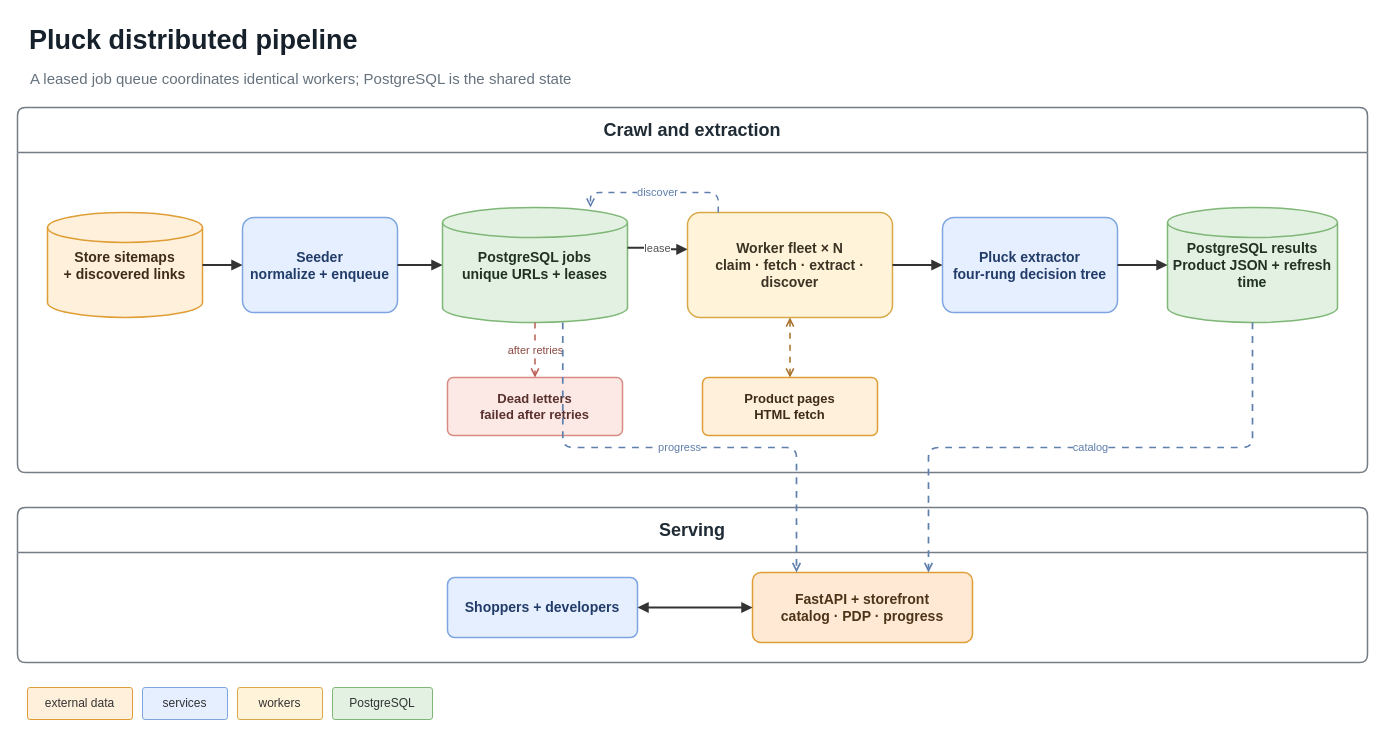
The draw.io diagram docs/distributed-pipeline.drawio in BABTUNA/pluck, before the edit. Source tidied: cells renumbered, new cells numbered last; positions are measured from the earlier drawing's top-left corner, leaving out a move shared by most shapes. Both pictures are drawn from the tidied source at 100%, with x=0, y=0 at pixel (17, 17).
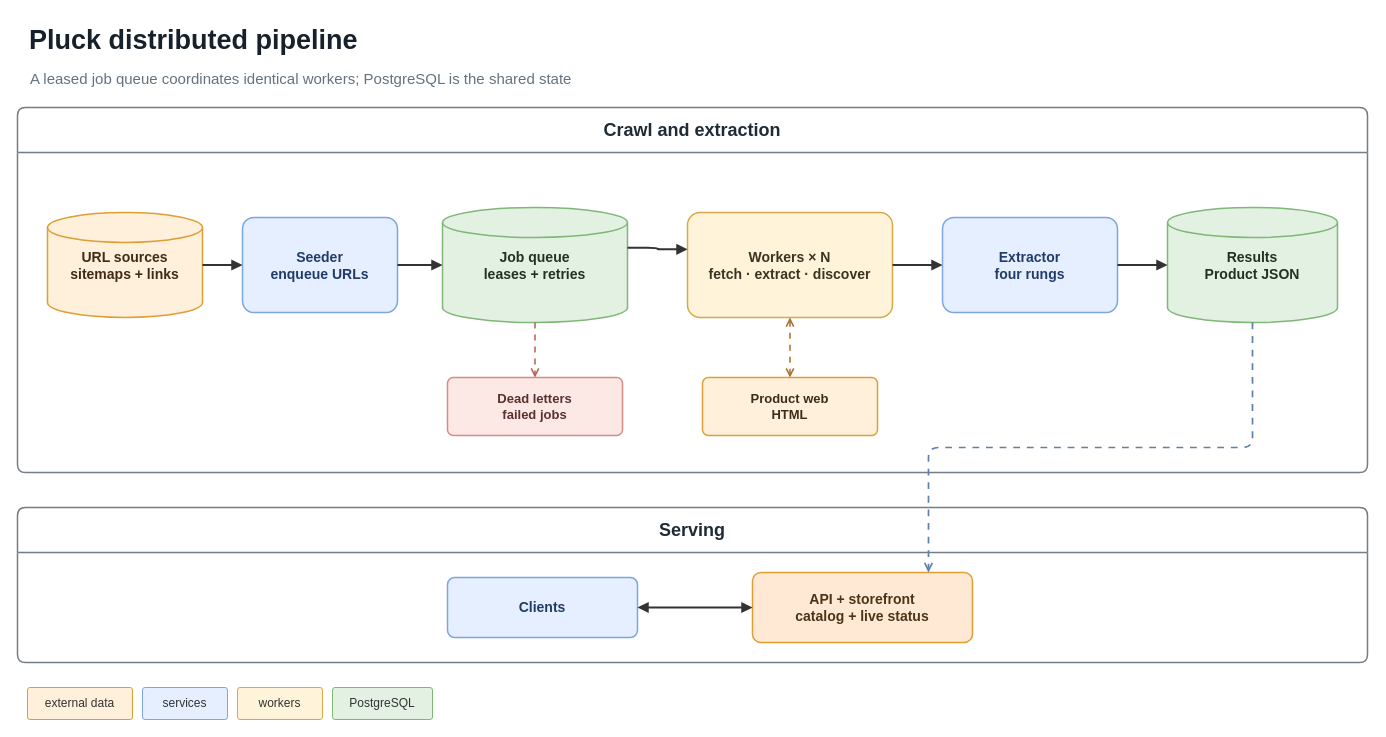
Above is the later version.

Commit message (it also covers changes not shown here):
product images from preload links and state imageurl keys before img tag scraping

The change refers to these unchanged cells:
```xml
<mxCell id="4" value="Crawl and extraction" style="swimlane;startSize=45;horizontal=1;rounded=1;arcSize=6;whiteSpace=wrap;html=1;fillColor=#ffffff;swimlaneFillColor=#ffffff;strokeColor=#747d85;strokeWidth=1.5;fontFamily=Arial;fontSize=18;fontStyle=1;fontColor=#1f2b35;align=center;verticalAlign=middle;" parent="1" vertex="1">
  <mxGeometry y="90" width="1350" height="365" as="geometry" />
</mxCell>
<mxCell id="13" value="Serving" style="swimlane;startSize=45;horizontal=1;rounded=1;arcSize=6;whiteSpace=wrap;html=1;fillColor=#ffffff;swimlaneFillColor=#ffffff;strokeColor=#747d85;strokeWidth=1.5;fontFamily=Arial;fontSize=18;fontStyle=1;fontColor=#1f2b35;align=center;verticalAlign=middle;" parent="1" vertex="1">
  <mxGeometry y="490" width="1350" height="155" as="geometry" />
</mxCell>
```

Diff of the diagram source:
```diff
@@
-    <mxCell id="5" value="Store sitemaps&#10;+ discovered links" style="shape=cylinder3;whiteSpace=wrap;html=1;fillColor=#fff0db;strokeColor=#df9e35;strokeWidth=1.5;fontFamily=Arial;fontSize=14;fontStyle=1;fontColor=#3e2c19;align=center;verticalAlign=middle;" parent="4" vertex="1">
+    <mxCell id="5" value="URL sources&#10;sitemaps + links" style="shape=cylinder3;whiteSpace=wrap;html=1;fillColor=#fff0db;strokeColor=#df9e35;strokeWidth=1.5;fontFamily=Arial;fontSize=14;fontStyle=1;fontColor=#3e2c19;align=center;verticalAlign=middle;" parent="4" vertex="1">
       <mxGeometry x="30" y="105" width="155" height="105" as="geometry" />
     </mxCell>
-    <mxCell id="6" value="Seeder&#10;normalize + enqueue" style="rounded=1;arcSize=12;whiteSpace=wrap;html=1;fillColor=#e6efff;strokeColor=#7da5df;strokeWidth=1.5;fontFamily=Arial;fontSize=14;fontStyle=1;fontColor=#213c68;align=center;verticalAlign=middle;" parent="4" vertex="1">
+    <mxCell id="6" value="Seeder&#10;enqueue URLs" style="rounded=1;arcSize=12;whiteSpace=wrap;html=1;fillColor=#e6efff;strokeColor=#7da5df;strokeWidth=1.5;fontFamily=Arial;fontSize=14;fontStyle=1;fontColor=#213c68;align=center;verticalAlign=middle;" parent="4" vertex="1">
       <mxGeometry x="225" y="110" width="155" height="95" as="geometry" />
     </mxCell>
-    <mxCell id="7" value="PostgreSQL jobs&#10;unique URLs + leases" style="shape=cylinder3;whiteSpace=wrap;html=1;fillColor=#e2f1e2;strokeColor=#7fb777;strokeWidth=1.5;fontFamily=Arial;fontSize=14;fontStyle=1;fontColor=#213122;align=center;verticalAlign=middle;" parent="4" vertex="1">
+    <mxCell id="7" value="Job queue&#10;leases + retries" style="shape=cylinder3;whiteSpace=wrap;html=1;fillColor=#e2f1e2;strokeColor=#7fb777;strokeWidth=1.5;fontFamily=Arial;fontSize=14;fontStyle=1;fontColor=#213122;align=center;verticalAlign=middle;" parent="4" vertex="1">
       <mxGeometry x="425" y="100" width="185" height="115" as="geometry" />
     </mxCell>
-    <mxCell id="8" value="Worker fleet × N&#10;claim · fetch · extract · discover" style="rounded=1;arcSize=12;whiteSpace=wrap;html=1;fillColor=#fff3d9;strokeColor=#d9a948;strokeWidth=1.5;fontFamily=Arial;fontSize=14;fontStyle=1;fontColor=#3b3424;align=center;verticalAlign=middle;" parent="4" vertex="1">
+    <mxCell id="8" value="Workers × N&#10;fetch · extract · discover" style="rounded=1;arcSize=12;whiteSpace=wrap;html=1;fillColor=#fff3d9;strokeColor=#d9a948;strokeWidth=1.5;fontFamily=Arial;fontSize=14;fontStyle=1;fontColor=#3b3424;align=center;verticalAlign=middle;" parent="4" vertex="1">
       <mxGeometry x="670" y="105" width="205" height="105" as="geometry" />
     </mxCell>
-    <mxCell id="9" value="Pluck extractor&#10;four-rung decision tree" style="rounded=1;arcSize=12;whiteSpace=wrap;html=1;fillColor=#e6efff;strokeColor=#7da5df;strokeWidth=1.5;fontFamily=Arial;fontSize=14;fontStyle=1;fontColor=#213c68;align=center;verticalAlign=middle;" parent="4" vertex="1">
+    <mxCell id="9" value="Extractor&#10;four rungs" style="rounded=1;arcSize=12;whiteSpace=wrap;html=1;fillColor=#e6efff;strokeColor=#7da5df;strokeWidth=1.5;fontFamily=Arial;fontSize=14;fontStyle=1;fontColor=#213c68;align=center;verticalAlign=middle;" parent="4" vertex="1">
       <mxGeometry x="925" y="110" width="175" height="95" as="geometry" />
     </mxCell>
-    <mxCell id="10" value="PostgreSQL results&#10;Product JSON + refresh time" style="shape=cylinder3;whiteSpace=wrap;html=1;fillColor=#e2f1e2;strokeColor=#7fb777;strokeWidth=1.5;fontFamily=Arial;fontSize=14;fontStyle=1;fontColor=#213122;align=center;verticalAlign=middle;" parent="4" vertex="1">
+    <mxCell id="10" value="Results&#10;Product JSON" style="shape=cylinder3;whiteSpace=wrap;html=1;fillColor=#e2f1e2;strokeColor=#7fb777;strokeWidth=1.5;fontFamily=Arial;fontSize=14;fontStyle=1;fontColor=#213122;align=center;verticalAlign=middle;" parent="4" vertex="1">
       <mxGeometry x="1150" y="100" width="170" height="115" as="geometry" />
     </mxCell>
-    <mxCell id="11" value="Dead letters&#10;failed after retries" style="rounded=1;arcSize=10;whiteSpace=wrap;html=1;fillColor=#fce9e6;strokeColor=#d78b83;strokeWidth=1.5;fontFamily=Arial;fontSize=13;fontStyle=1;fontColor=#59312d;align=center;verticalAlign=middle;" parent="4" vertex="1">
+    <mxCell id="11" value="Dead letters&#10;failed jobs" style="rounded=1;arcSize=10;whiteSpace=wrap;html=1;fillColor=#fce9e6;strokeColor=#d78b83;strokeWidth=1.5;fontFamily=Arial;fontSize=13;fontStyle=1;fontColor=#59312d;align=center;verticalAlign=middle;" parent="4" vertex="1">
       <mxGeometry x="430" y="270" width="175" height="58" as="geometry" />
     </mxCell>
-    <mxCell id="12" value="Product pages&#10;HTML fetch" style="rounded=1;arcSize=10;whiteSpace=wrap;html=1;fillColor=#fff0db;strokeColor=#df9e35;strokeWidth=1.5;fontFamily=Arial;fontSize=13;fontStyle=1;fontColor=#3e2c19;align=center;verticalAlign=middle;" parent="4" vertex="1">
+    <mxCell id="12" value="Product web&#10;HTML" style="rounded=1;arcSize=10;whiteSpace=wrap;html=1;fillColor=#fff0db;strokeColor=#df9e35;strokeWidth=1.5;fontFamily=Arial;fontSize=13;fontStyle=1;fontColor=#3e2c19;align=center;verticalAlign=middle;" parent="4" vertex="1">
       <mxGeometry x="685" y="270" width="175" height="58" as="geometry" />
     </mxCell>
@@
-    <mxCell id="14" value="Shoppers + developers" style="rounded=1;arcSize=12;whiteSpace=wrap;html=1;fillColor=#e6efff;strokeColor=#7da5df;strokeWidth=1.5;fontFamily=Arial;fontSize=14;fontStyle=1;fontColor=#213c68;align=center;verticalAlign=middle;" parent="13" vertex="1">
+    <mxCell id="14" value="Clients" style="rounded=1;arcSize=12;whiteSpace=wrap;html=1;fillColor=#e6efff;strokeColor=#7da5df;strokeWidth=1.5;fontFamily=Arial;fontSize=14;fontStyle=1;fontColor=#213c68;align=center;verticalAlign=middle;" parent="13" vertex="1">
       <mxGeometry x="430" y="70" width="190" height="60" as="geometry" />
     </mxCell>
-    <mxCell id="15" value="FastAPI + storefront&#10;catalog · PDP · progress" style="rounded=1;arcSize=12;whiteSpace=wrap;html=1;fillColor=#ffe9d5;strokeColor=#df9e35;strokeWidth=1.5;fontFamily=Arial;fontSize=14;fontStyle=1;fontColor=#4d3418;align=center;verticalAlign=middle;" parent="13" vertex="1">
+    <mxCell id="15" value="API + storefront&#10;catalog + live status" style="rounded=1;arcSize=12;whiteSpace=wrap;html=1;fillColor=#ffe9d5;strokeColor=#df9e35;strokeWidth=1.5;fontFamily=Arial;fontSize=14;fontStyle=1;fontColor=#4d3418;align=center;verticalAlign=middle;" parent="13" vertex="1">
       <mxGeometry x="735" y="65" width="220" height="70" as="geometry" />
     </mxCell>
@@
-    <mxCell id="22" value="lease" style="edgeStyle=orthogonalEdgeStyle;rounded=1;jettySize=auto;html=1;strokeColor=#333333;strokeWidth=2;endArrow=block;endFill=1;exitX=1;exitY=0.35;entryX=0;entryY=0.35;labelBackgroundColor=#ffffff;fontFamily=Arial;fontSize=11;fontColor=#555555;" parent="4" edge="1" source="7" target="8">
+    <mxCell id="22" style="edgeStyle=orthogonalEdgeStyle;rounded=1;jettySize=auto;html=1;strokeColor=#333333;strokeWidth=2;endArrow=block;endFill=1;exitX=1;exitY=0.35;entryX=0;entryY=0.35;" parent="4" edge="1" source="7" target="8">
       <mxGeometry relative="1" as="geometry" />
     </mxCell>
@@
-    <mxCell id="25" value="discover" style="edgeStyle=orthogonalEdgeStyle;rounded=1;jettySize=auto;html=1;dashed=1;dashPattern=4 4;strokeColor=#5f7fac;strokeWidth=1.5;endArrow=open;exitX=0.15;exitY=0;entryX=0.8;entryY=0;labelBackgroundColor=#ffffff;fontFamily=Arial;fontSize=11;fontColor=#5f7fac;" parent="4" edge="1" source="8" target="7">
-      <mxGeometry relative="1" as="geometry" />
-    </mxCell>
-    <mxCell id="26" value="after retries" style="edgeStyle=orthogonalEdgeStyle;rounded=1;jettySize=auto;html=1;dashed=1;dashPattern=4 4;strokeColor=#b75d54;strokeWidth=1.5;endArrow=open;exitX=0.5;exitY=1;entryX=0.5;entryY=0;labelBackgroundColor=#ffffff;fontFamily=Arial;fontSize=11;fontColor=#8b4a43;" parent="4" edge="1" source="7" target="11">
+    <mxCell id="26" style="edgeStyle=orthogonalEdgeStyle;rounded=1;jettySize=auto;html=1;dashed=1;dashPattern=4 4;strokeColor=#b75d54;strokeWidth=1.5;endArrow=open;exitX=0.5;exitY=1;entryX=0.5;entryY=0;" parent="4" edge="1" source="7" target="11">
       <mxGeometry relative="1" as="geometry" />
     </mxCell>
@@
-    <mxCell id="29" value="catalog" style="edgeStyle=orthogonalEdgeStyle;rounded=1;jettySize=auto;html=1;dashed=1;dashPattern=4 4;strokeColor=#5f7fac;strokeWidth=1.7;endArrow=open;exitX=0.5;exitY=1;entryX=0.8;entryY=0;labelBackgroundColor=#ffffff;fontFamily=Arial;fontSize=11;fontColor=#5f7fac;" parent="1" edge="1" source="10" target="15">
+    <mxCell id="29" style="edgeStyle=orthogonalEdgeStyle;rounded=1;jettySize=auto;html=1;dashed=1;dashPattern=4 4;strokeColor=#5f7fac;strokeWidth=1.7;endArrow=open;exitX=0.5;exitY=1;entryX=0.8;entryY=0;" parent="1" edge="1" source="10" target="15">
       <mxGeometry relative="1" as="geometry" />
     </mxCell>
-    <mxCell id="30" value="progress" style="edgeStyle=orthogonalEdgeStyle;rounded=1;jettySize=auto;html=1;dashed=1;dashPattern=4 4;strokeColor=#5f7fac;strokeWidth=1.7;endArrow=open;exitX=0.65;exitY=1;entryX=0.2;entryY=0;labelBackgroundColor=#ffffff;fontFamily=Arial;fontSize=11;fontColor=#5f7fac;" parent="1" edge="1" source="7" target="15">
-      <mxGeometry relative="1" as="geometry" />
-    </mxCell>
```
